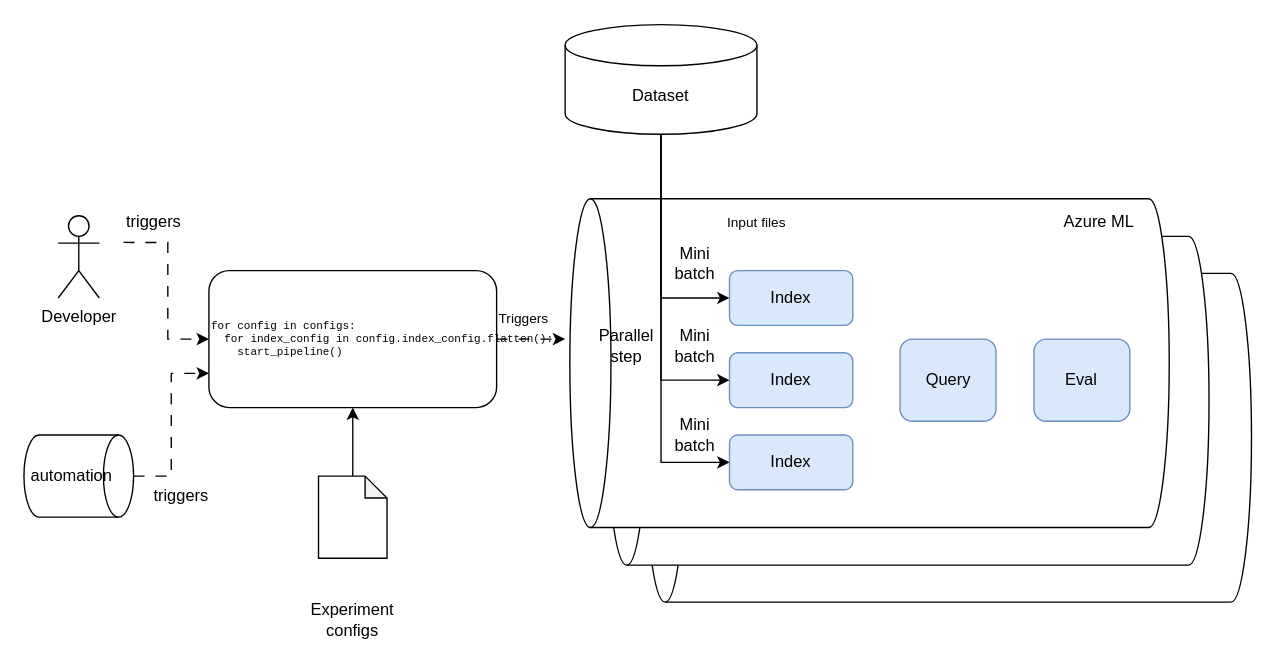
The draw.io diagram images/AzureMLPipeline.drawio in microsoft/rag-experiment-accelerator, before the edit. Source tidied: cells renumbered, new cells numbered last; positions are measured from the earlier drawing's top-left corner, leaving out a move shared by most shapes. Both pictures are drawn from the tidied source at 137%, with x=0, y=0 at pixel (30, 23).
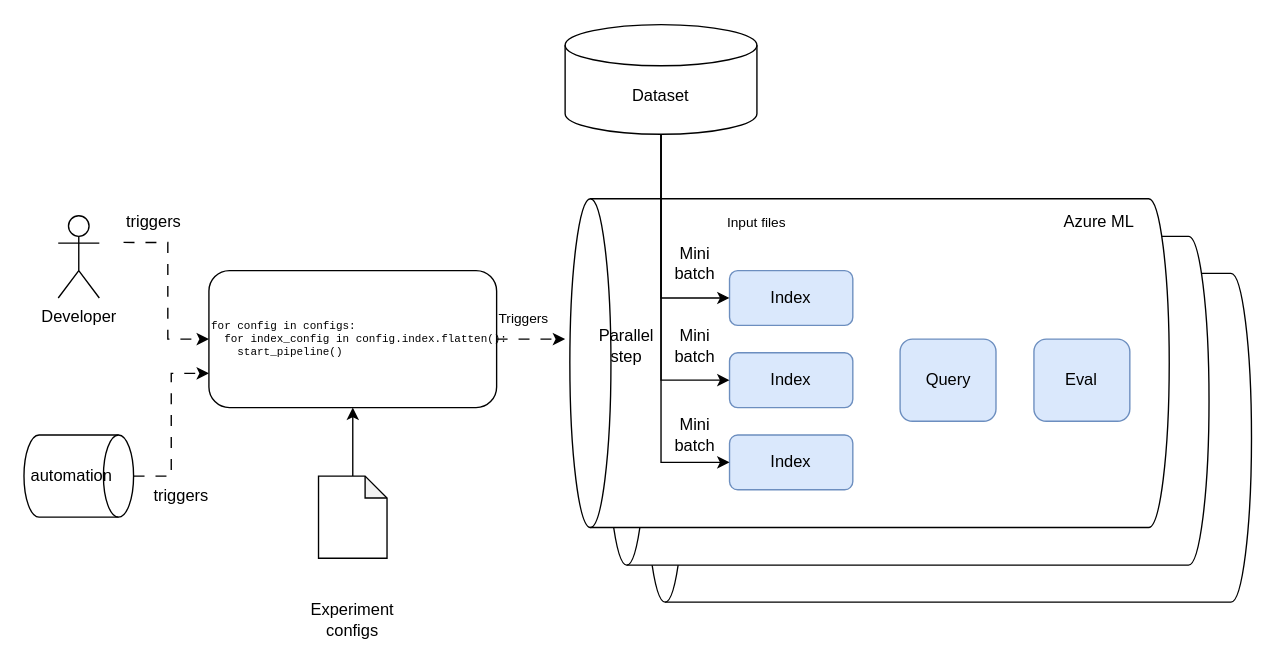
The same diagram, later.

Change to the diagram source:
```diff
@@
-    <mxCell id="11" value="&lt;pre style=&quot;font-size: 8px;&quot;&gt;for config in configs:&lt;br&gt;  for index_config in config.index_config.flatten():&lt;br&gt;    start_pipeline()&lt;/pre&gt;" style="rounded=1;whiteSpace=wrap;html=1;align=left;" parent="1" vertex="1">
+    <mxCell id="11" value="&lt;pre style=&quot;font-size: 8px;&quot;&gt;for config in configs:&lt;br&gt;  for index_config in config.index.flatten():&lt;br&gt;    start_pipeline()&lt;/pre&gt;" style="rounded=1;whiteSpace=wrap;html=1;align=left;" parent="1" vertex="1">
       <mxGeometry x="130" y="180" width="210" height="100" as="geometry" />
     </mxCell>
```
